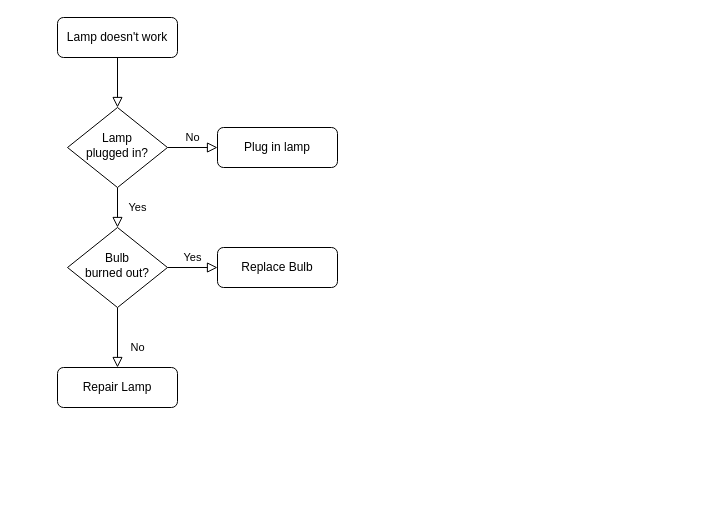
Earlier version of the draw.io diagram Untitled Diagram.drawio (Riaz9588/Bit-Softs). Source tidied: cells renumbered, new cells numbered last; positions are measured from the earlier drawing's top-left corner, leaving out a move shared by most shapes. Both pictures are drawn from the tidied source at 100%, with x=0, y=0 at pixel (57, 17).
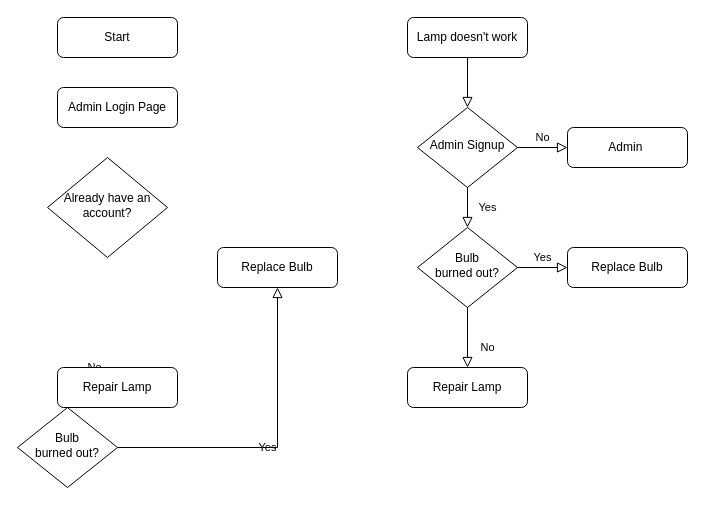
The same diagram, later.

Commit message:
company-communication-flowchart

The edit, as a diff of the source:
```diff
@@
-    <mxCell id="2" style="rounded=0;html=1;jettySize=auto;fontSize=11;endArrow=block;endFill=0;endSize=8;strokeWidth=1;shadow=0;labelBackgroundColor=none;edgeStyle=orthogonalEdgeStyle;" parent="1" edge="1" source="3" target="6">
-      <mxGeometry relative="1" as="geometry" />
-    </mxCell>
-    <mxCell id="3" value="Lamp doesn't work" style="rounded=1;whiteSpace=wrap;html=1;fontSize=12;glass=0;strokeWidth=1;shadow=0;" parent="1" vertex="1">
+    <mxCell id="3" value="Start" style="rounded=1;whiteSpace=wrap;html=1;fontSize=12;glass=0;strokeWidth=1;shadow=0;" parent="1" vertex="1">
       <mxGeometry width="120" height="40" as="geometry" />
     </mxCell>
-    <mxCell id="4" value="Yes" style="rounded=0;html=1;jettySize=auto;fontSize=11;endArrow=block;endFill=0;endSize=8;strokeWidth=1;shadow=0;labelBackgroundColor=none;edgeStyle=orthogonalEdgeStyle;" parent="1" edge="1" source="6" target="10">
-      <mxGeometry y="20" relative="1" as="geometry" />
-    </mxCell>
-    <mxCell id="5" value="No" style="edgeStyle=orthogonalEdgeStyle;rounded=0;html=1;jettySize=auto;fontSize=11;endArrow=block;endFill=0;endSize=8;strokeWidth=1;shadow=0;labelBackgroundColor=none;" parent="1" edge="1" source="6" target="7">
-      <mxGeometry y="10" relative="1" as="geometry" />
-    </mxCell>
-    <mxCell id="6" value="Lamp&lt;br&gt;plugged in?" style="rhombus;whiteSpace=wrap;html=1;shadow=0;fontFamily=Helvetica;fontSize=12;align=center;strokeWidth=1;spacing=6;spacingTop=-4;" parent="1" vertex="1">
-      <mxGeometry x="10" y="90" width="100" height="80" as="geometry" />
+    <mxCell id="6" value="Already have an account?" style="rhombus;whiteSpace=wrap;html=1;shadow=0;fontFamily=Helvetica;fontSize=12;align=center;strokeWidth=1;spacing=6;spacingTop=-4;" parent="1" vertex="1">
+      <mxGeometry x="-10" y="140" width="120" height="100" as="geometry" />
     </mxCell>
-    <mxCell id="7" value="Plug in lamp" style="rounded=1;whiteSpace=wrap;html=1;fontSize=12;glass=0;strokeWidth=1;shadow=0;" parent="1" vertex="1">
-      <mxGeometry x="160" y="110" width="120" height="40" as="geometry" />
+    <mxCell id="7" value="Admin Login Page" style="rounded=1;whiteSpace=wrap;html=1;fontSize=12;glass=0;strokeWidth=1;shadow=0;" parent="1" vertex="1">
+      <mxGeometry y="70" width="120" height="40" as="geometry" />
     </mxCell>
@@
     <mxCell id="10" value="Bulb&lt;br&gt;burned out?" style="rhombus;whiteSpace=wrap;html=1;shadow=0;fontFamily=Helvetica;fontSize=12;align=center;strokeWidth=1;spacing=6;spacingTop=-4;" parent="1" vertex="1">
-      <mxGeometry x="10" y="210" width="100" height="80" as="geometry" />
+      <mxGeometry x="-40" y="390" width="100" height="80" as="geometry" />
     </mxCell>
@@
+    <mxCell id="13" style="rounded=0;html=1;jettySize=auto;fontSize=11;endArrow=block;endFill=0;endSize=8;strokeWidth=1;shadow=0;labelBackgroundColor=none;edgeStyle=orthogonalEdgeStyle;" parent="1" edge="1" source="14" target="15">
+      <mxGeometry relative="1" as="geometry" />
+    </mxCell>
+    <mxCell id="14" value="Lamp doesn't work" style="rounded=1;whiteSpace=wrap;html=1;fontSize=12;glass=0;strokeWidth=1;shadow=0;" parent="1" vertex="1">
+      <mxGeometry x="350" width="120" height="40" as="geometry" />
+    </mxCell>
+    <mxCell id="4" value="Yes" style="rounded=0;html=1;jettySize=auto;fontSize=11;endArrow=block;endFill=0;endSize=8;strokeWidth=1;shadow=0;labelBackgroundColor=none;edgeStyle=orthogonalEdgeStyle;" parent="1" edge="1" source="15" target="19">
+      <mxGeometry y="20" relative="1" as="geometry" />
+    </mxCell>
+    <mxCell id="5" value="No" style="edgeStyle=orthogonalEdgeStyle;rounded=0;html=1;jettySize=auto;fontSize=11;endArrow=block;endFill=0;endSize=8;strokeWidth=1;shadow=0;labelBackgroundColor=none;" parent="1" edge="1" source="15" target="16">
+      <mxGeometry y="10" relative="1" as="geometry" />
+    </mxCell>
+    <mxCell id="15" value="Admin Signup" style="rhombus;whiteSpace=wrap;html=1;shadow=0;fontFamily=Helvetica;fontSize=12;align=center;strokeWidth=1;spacing=6;spacingTop=-4;" parent="1" vertex="1">
+      <mxGeometry x="360" y="90" width="100" height="80" as="geometry" />
+    </mxCell>
+    <mxCell id="16" value="Admin&amp;nbsp;" style="rounded=1;whiteSpace=wrap;html=1;fontSize=12;glass=0;strokeWidth=1;shadow=0;" parent="1" vertex="1">
+      <mxGeometry x="510" y="110" width="120" height="40" as="geometry" />
+    </mxCell>
+    <mxCell id="17" value="No" style="rounded=0;html=1;jettySize=auto;fontSize=11;endArrow=block;endFill=0;endSize=8;strokeWidth=1;shadow=0;labelBackgroundColor=none;edgeStyle=orthogonalEdgeStyle;" parent="1" edge="1" source="19" target="20">
+      <mxGeometry x="0.33" y="20" relative="1" as="geometry" />
+    </mxCell>
+    <mxCell id="18" value="Yes" style="edgeStyle=orthogonalEdgeStyle;rounded=0;html=1;jettySize=auto;fontSize=11;endArrow=block;endFill=0;endSize=8;strokeWidth=1;shadow=0;labelBackgroundColor=none;" parent="1" edge="1" source="19" target="21">
+      <mxGeometry y="10" relative="1" as="geometry" />
+    </mxCell>
+    <mxCell id="19" value="Bulb&lt;br&gt;burned out?" style="rhombus;whiteSpace=wrap;html=1;shadow=0;fontFamily=Helvetica;fontSize=12;align=center;strokeWidth=1;spacing=6;spacingTop=-4;" parent="1" vertex="1">
+      <mxGeometry x="360" y="210" width="100" height="80" as="geometry" />
+    </mxCell>
+    <mxCell id="20" value="Repair Lamp" style="rounded=1;whiteSpace=wrap;html=1;fontSize=12;glass=0;strokeWidth=1;shadow=0;" parent="1" vertex="1">
+      <mxGeometry x="350" y="350" width="120" height="40" as="geometry" />
+    </mxCell>
+    <mxCell id="21" value="Replace Bulb" style="rounded=1;whiteSpace=wrap;html=1;fontSize=12;glass=0;strokeWidth=1;shadow=0;" parent="1" vertex="1">
+      <mxGeometry x="510" y="230" width="120" height="40" as="geometry" />
+    </mxCell>
```
